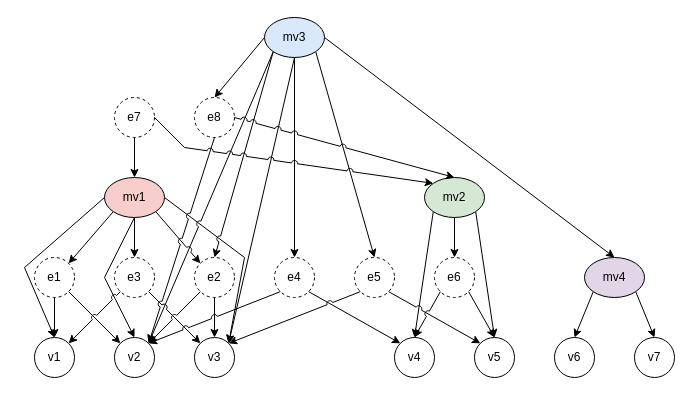
Earlier version of the draw.io diagram page "Predicate form" (1 of 2) of FlattedMG_Simple.drawio (DMfananddu/MAG_Diploma). Source tidied: cells renumbered, new cells numbered last; positions are measured from the earlier drawing's top-left corner, leaving out a move shared by most shapes. Both pictures are drawn from the tidied source at 100%, with x=0, y=0 at pixel (24, 17).
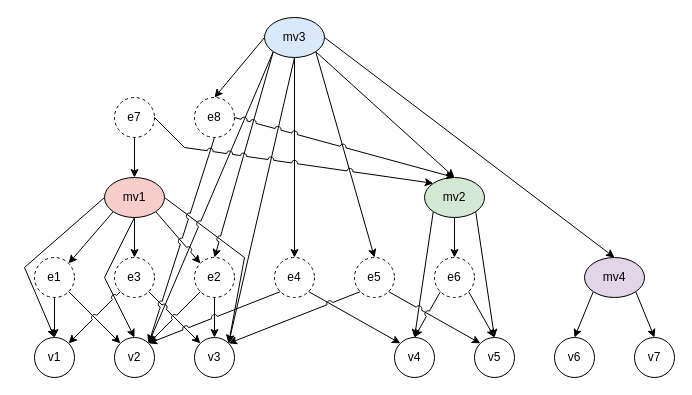
After the change.

Unchanged cells that the change refers to:
```xml
<mxCell id="19" value="mv3" style="ellipse;whiteSpace=wrap;html=1;fillColor=#dae8fc;strokeColor=#000000;" parent="1" vertex="1">
  <mxGeometry x="240" width="60" height="40" as="geometry" />
</mxCell>
<mxCell id="22" value="mv2" style="ellipse;whiteSpace=wrap;html=1;fillColor=#d5e8d4;strokeColor=#000000;" parent="1" vertex="1">
  <mxGeometry x="400" y="160" width="60" height="40" as="geometry" />
</mxCell>
```

What changed in the source:
```diff
@@
+    <mxCell id="55" style="edgeStyle=none;rounded=0;jumpStyle=arc;jettySize=auto;html=1;exitX=1;exitY=1;exitDx=0;exitDy=0;entryX=0.5;entryY=0;entryDx=0;entryDy=0;" parent="1" edge="1" source="19" target="22">
+      <mxGeometry relative="1" as="geometry" />
+    </mxCell>
```
